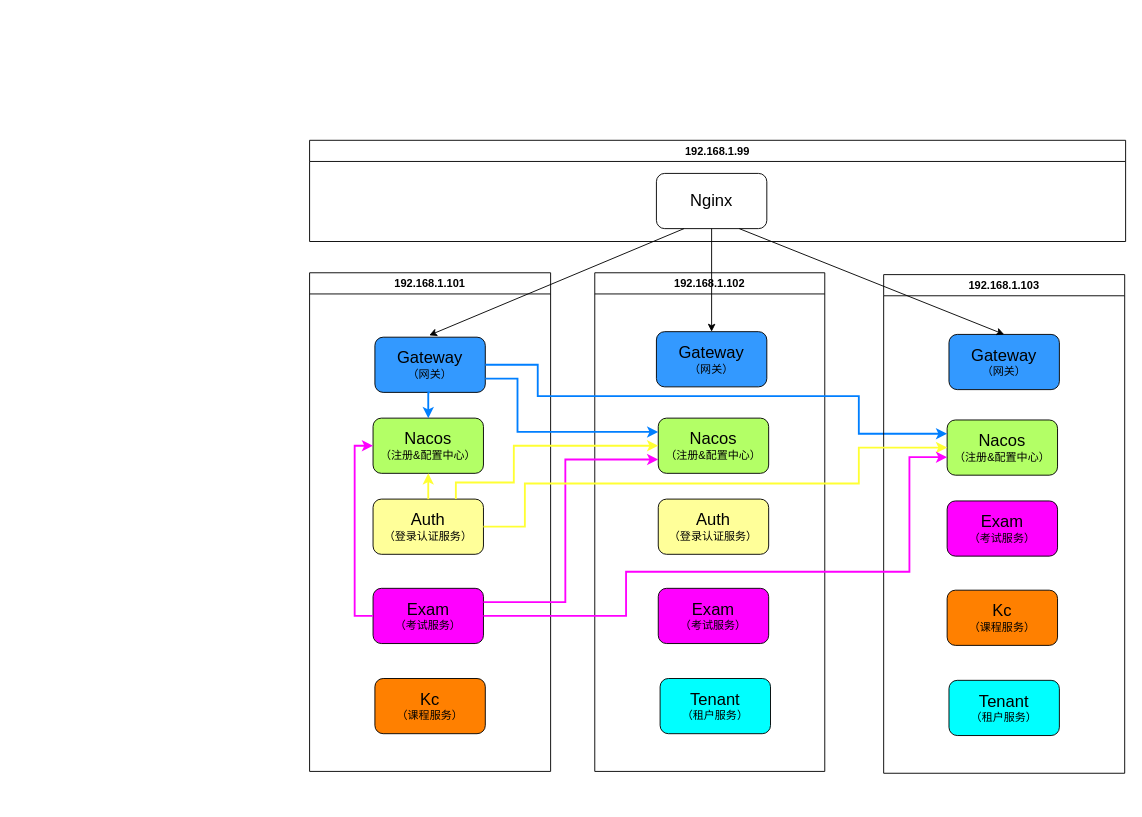
The draw.io diagram ence/spring-cloud.drawio in MuggleStar/draw_io, before the edit. Source tidied: cells renumbered, new cells numbered last; positions are measured from the earlier drawing's top-left corner, leaving out a move shared by most shapes. Both pictures are drawn from the tidied source at 92%, with x=0, y=0 at pixel (309, 140).
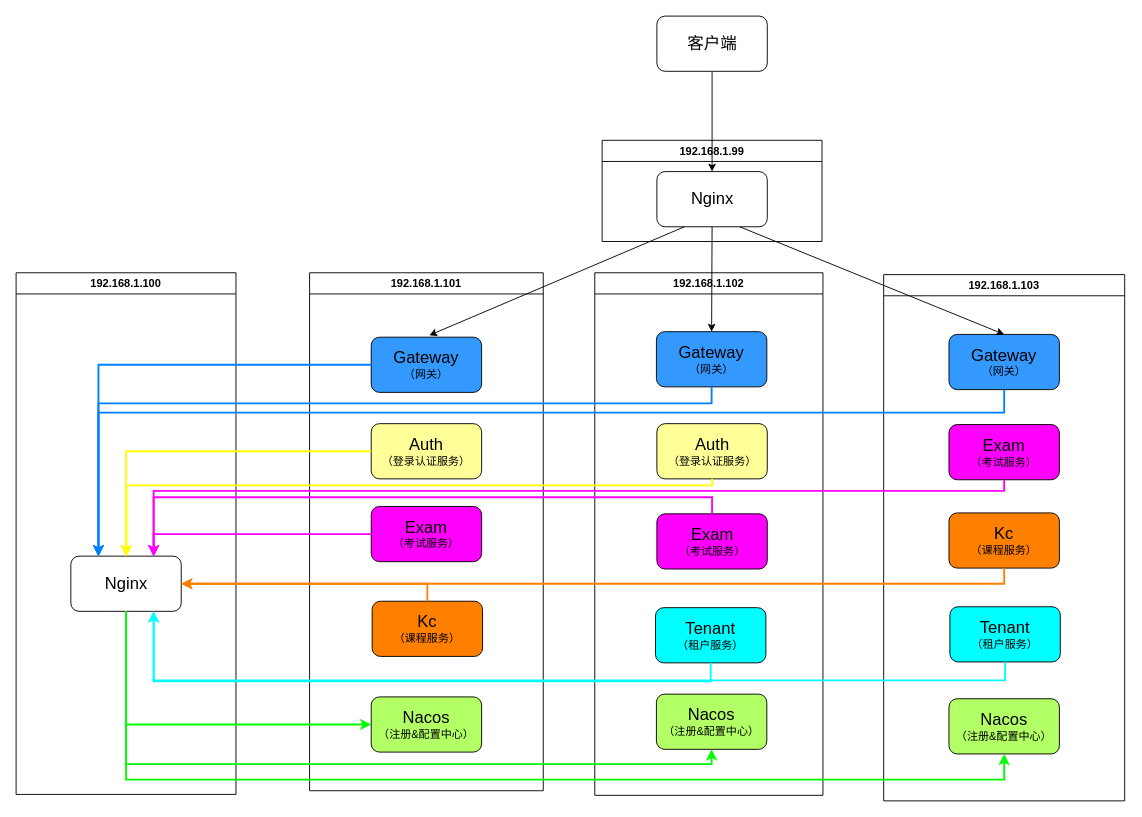
Above is the later version.

The edit, as a diff of the source:
```diff
@@
     <mxCell id="2" value="192.168.1.101" style="swimlane;whiteSpace=wrap;html=1;" parent="1" vertex="1">
-      <mxGeometry y="144" width="262" height="542" as="geometry" />
+      <mxGeometry y="144" width="254" height="563" as="geometry" />
     </mxCell>
     <mxCell id="3" value="&lt;font style=&quot;font-size: 18px;&quot;&gt;Auth&lt;/font&gt;&lt;br&gt;（登录认证服务）" style="rounded=1;whiteSpace=wrap;html=1;fillColor=#FFFF99;" parent="2" vertex="1">
-      <mxGeometry x="69" y="246" width="120" height="60" as="geometry" />
+      <mxGeometry x="67" y="164" width="120" height="60" as="geometry" />
     </mxCell>
     <mxCell id="4" value="&lt;span style=&quot;font-size: 18px;&quot;&gt;Exam&lt;/span&gt;&lt;br&gt;（考试服务）" style="rounded=1;whiteSpace=wrap;html=1;fillColor=#FF00FF;" parent="2" vertex="1">
-      <mxGeometry x="69" y="343" width="120" height="60" as="geometry" />
+      <mxGeometry x="67" y="254" width="120" height="60" as="geometry" />
     </mxCell>
-    <mxCell id="5" value="&lt;span style=&quot;font-size: 18px;&quot;&gt;Kc&lt;/span&gt;&lt;br&gt;（课程服务）" style="rounded=1;whiteSpace=wrap;html=1;fillColor=#FF8000;" parent="2" vertex="1">
-      <mxGeometry x="71" y="441" width="120" height="60" as="geometry" />
-    </mxCell>
+    <mxCell id="11" value="&lt;font style=&quot;font-size: 18px;&quot;&gt;Gateway&lt;/font&gt;&lt;br&gt;（网关）" style="rounded=1;whiteSpace=wrap;html=1;fillColor=#3399FF;" parent="2" vertex="1">
+      <mxGeometry x="67" y="70" width="120" height="60" as="geometry" />
+    </mxCell>
+    <mxCell id="12" value="&lt;font style=&quot;font-size: 18px;&quot;&gt;Nacos&lt;/font&gt;&lt;br&gt;（注册&amp;amp;配置中心）" style="rounded=1;whiteSpace=wrap;html=1;fillColor=#B3FF66;" parent="2" vertex="1">
+      <mxGeometry x="67" y="461" width="120" height="60" as="geometry" />
+    </mxCell>
     <mxCell id="6" value="192.168.1.102" style="swimlane;whiteSpace=wrap;html=1;" parent="1" vertex="1">
-      <mxGeometry x="310" y="144" width="250" height="542" as="geometry" />
+      <mxGeometry x="310" y="144" width="248" height="568" as="geometry" />
     </mxCell>
+    <mxCell id="10" value="&lt;font style=&quot;font-size: 18px;&quot;&gt;Gateway&lt;/font&gt;&lt;br&gt;（网关）" style="rounded=1;whiteSpace=wrap;html=1;fillColor=#3399FF;" parent="6" vertex="1">
+      <mxGeometry x="67" y="64" width="120" height="60" as="geometry" />
+    </mxCell>
     <mxCell id="7" value="&lt;font style=&quot;font-size: 18px;&quot;&gt;Auth&lt;/font&gt;&lt;br&gt;（登录认证服务）" style="rounded=1;whiteSpace=wrap;html=1;fillColor=#FFFF99;" parent="6" vertex="1">
-      <mxGeometry x="69" y="246" width="120" height="60" as="geometry" />
+      <mxGeometry x="67.5" y="164" width="120" height="60" as="geometry" />
     </mxCell>
     <mxCell id="8" value="&lt;span style=&quot;font-size: 18px;&quot;&gt;Exam&lt;/span&gt;&lt;br&gt;（考试服务）" style="rounded=1;whiteSpace=wrap;html=1;fillColor=#FF00FF;" parent="6" vertex="1">
-      <mxGeometry x="69" y="343" width="120" height="60" as="geometry" />
+      <mxGeometry x="67.5" y="262" width="120" height="60" as="geometry" />
     </mxCell>
+    <mxCell id="14" value="&lt;font style=&quot;font-size: 18px;&quot;&gt;Nacos&lt;/font&gt;&lt;br&gt;（注册&amp;amp;配置中心）" style="rounded=1;whiteSpace=wrap;html=1;fillColor=#B3FF66;" parent="6" vertex="1">
+      <mxGeometry x="67" y="458" width="120" height="60" as="geometry" />
+    </mxCell>
+    <mxCell id="5" value="&lt;span style=&quot;font-size: 18px;&quot;&gt;Kc&lt;/span&gt;&lt;br&gt;（课程服务）" style="rounded=1;whiteSpace=wrap;html=1;fillColor=#FF8000;" parent="6" vertex="1">
+      <mxGeometry x="-242" y="357" width="120" height="60" as="geometry" />
+    </mxCell>
     <mxCell id="9" value="&lt;span style=&quot;font-size: 18px;&quot;&gt;Tenant&lt;/span&gt;&lt;br&gt;（租户服务）" style="rounded=1;whiteSpace=wrap;html=1;fillColor=#00FFFF;" parent="6" vertex="1">
-      <mxGeometry x="71" y="441" width="120" height="60" as="geometry" />
+      <mxGeometry x="66" y="364" width="120" height="60" as="geometry" />
     </mxCell>
-    <mxCell id="10" value="&lt;font style=&quot;font-size: 18px;&quot;&gt;Gateway&lt;/font&gt;&lt;br&gt;（网关）" style="rounded=1;whiteSpace=wrap;html=1;fillColor=#3399FF;" parent="6" vertex="1">
-      <mxGeometry x="67" y="64" width="120" height="60" as="geometry" />
-    </mxCell>
-    <mxCell id="11" value="&lt;font style=&quot;font-size: 18px;&quot;&gt;Gateway&lt;/font&gt;&lt;br&gt;（网关）" style="rounded=1;whiteSpace=wrap;html=1;fillColor=#3399FF;" parent="6" vertex="1">
-      <mxGeometry x="-239" y="70" width="120" height="60" as="geometry" />
-    </mxCell>
-    <mxCell id="12" value="&lt;font style=&quot;font-size: 18px;&quot;&gt;Nacos&lt;/font&gt;&lt;br&gt;（注册&amp;amp;配置中心）" style="rounded=1;whiteSpace=wrap;html=1;fillColor=#B3FF66;" parent="6" vertex="1">
-      <mxGeometry x="-241" y="158" width="120" height="60" as="geometry" />
-    </mxCell>
-    <mxCell id="13" style="edgeStyle=orthogonalEdgeStyle;rounded=0;jettySize=auto;html=1;exitX=0.5;exitY=1;exitDx=0;exitDy=0;entryX=0.5;entryY=0;entryDx=0;entryDy=0;strokeColor=#007FFF;strokeWidth=2;" parent="6" edge="1" source="11" target="12">
-      <mxGeometry relative="1" as="geometry" />
-    </mxCell>
-    <mxCell id="14" value="&lt;font style=&quot;font-size: 18px;&quot;&gt;Nacos&lt;/font&gt;&lt;br&gt;（注册&amp;amp;配置中心）" style="rounded=1;whiteSpace=wrap;html=1;fillColor=#B3FF66;" parent="6" vertex="1">
-      <mxGeometry x="69" y="158" width="120" height="60" as="geometry" />
-    </mxCell>
-    <mxCell id="15" style="edgeStyle=orthogonalEdgeStyle;rounded=0;jettySize=auto;html=1;exitX=1;exitY=0.75;exitDx=0;exitDy=0;entryX=0;entryY=0.25;entryDx=0;entryDy=0;strokeColor=#007FFF;strokeWidth=2;" parent="6" edge="1" source="11" target="14">
-      <mxGeometry relative="1" as="geometry">
-        <Array as="points">
-          <mxPoint x="-84" y="115" />
-          <mxPoint x="-84" y="173" />
-        </Array>
-      </mxGeometry>
-    </mxCell>
+    <mxCell id="21" value="&lt;font style=&quot;font-size: 18px;&quot;&gt;Tenant&lt;/font&gt;&lt;br style=&quot;border-color: var(--border-color);&quot;&gt;（租户服务）" style="rounded=1;whiteSpace=wrap;html=1;fillColor=#00FFFF;" parent="6" vertex="1">
+      <mxGeometry x="386" y="363" width="120" height="60" as="geometry" />
+    </mxCell>
+    <mxCell id="18" value="192.168.1.103" style="swimlane;whiteSpace=wrap;html=1;" parent="1" vertex="1">
+      <mxGeometry x="624" y="146" width="262" height="572" as="geometry" />
+    </mxCell>
+    <mxCell id="22" value="&lt;font style=&quot;font-size: 18px;&quot;&gt;Gateway&lt;/font&gt;&lt;br&gt;（网关）" style="rounded=1;whiteSpace=wrap;html=1;fillColor=#3399FF;" parent="18" vertex="1">
+      <mxGeometry x="71" y="65" width="120" height="60" as="geometry" />
+    </mxCell>
-    <mxCell id="16" value="&lt;font style=&quot;font-size: 18px;&quot;&gt;Nacos&lt;/font&gt;&lt;br&gt;（注册&amp;amp;配置中心）" style="rounded=1;whiteSpace=wrap;html=1;fillColor=#B3FF66;" parent="6" vertex="1">
-      <mxGeometry x="383" y="160" width="120" height="60" as="geometry" />
+    <mxCell id="16" value="&lt;font style=&quot;font-size: 18px;&quot;&gt;Nacos&lt;/font&gt;&lt;br&gt;（注册&amp;amp;配置中心）" style="rounded=1;whiteSpace=wrap;html=1;fillColor=#B3FF66;" parent="18" vertex="1">
+      <mxGeometry x="71" y="461" width="120" height="60" as="geometry" />
     </mxCell>
-    <mxCell id="17" style="edgeStyle=orthogonalEdgeStyle;rounded=0;jettySize=auto;html=1;exitX=1;exitY=0.5;exitDx=0;exitDy=0;entryX=0;entryY=0.25;entryDx=0;entryDy=0;strokeColor=#007FFF;strokeWidth=2;" parent="6" edge="1" source="11" target="16">
-      <mxGeometry relative="1" as="geometry">
-        <Array as="points">
-          <mxPoint x="-62" y="100" />
-          <mxPoint x="-62" y="134" />
-          <mxPoint x="287" y="134" />
-          <mxPoint x="287" y="175" />
-        </Array>
-      </mxGeometry>
-    </mxCell>
-    <mxCell id="18" value="192.168.1.103" style="swimlane;whiteSpace=wrap;html=1;" parent="1" vertex="1">
-      <mxGeometry x="624" y="146" width="262" height="542" as="geometry" />
-    </mxCell>
     <mxCell id="19" value="&lt;font style=&quot;font-size: 18px;&quot;&gt;Exam&lt;/font&gt;&lt;br style=&quot;border-color: var(--border-color);&quot;&gt;（考试服务）" style="rounded=1;whiteSpace=wrap;html=1;fillColor=#FF00FF;" parent="18" vertex="1">
-      <mxGeometry x="69" y="246" width="120" height="60" as="geometry" />
+      <mxGeometry x="71" y="163" width="120" height="60" as="geometry" />
     </mxCell>
     <mxCell id="20" value="&lt;span style=&quot;font-size: 18px;&quot;&gt;Kc&lt;/span&gt;&lt;br&gt;（课程服务）" style="rounded=1;whiteSpace=wrap;html=1;fillColor=#FF8000;" parent="18" vertex="1">
-      <mxGeometry x="69" y="343" width="120" height="60" as="geometry" />
+      <mxGeometry x="71" y="259" width="120" height="60" as="geometry" />
     </mxCell>
-    <mxCell id="21" value="&lt;font style=&quot;font-size: 18px;&quot;&gt;Tenant&lt;/font&gt;&lt;br style=&quot;border-color: var(--border-color);&quot;&gt;（租户服务）" style="rounded=1;whiteSpace=wrap;html=1;fillColor=#00FFFF;" parent="18" vertex="1">
-      <mxGeometry x="71" y="441" width="120" height="60" as="geometry" />
-    </mxCell>
-    <mxCell id="22" value="&lt;font style=&quot;font-size: 18px;&quot;&gt;Gateway&lt;/font&gt;&lt;br&gt;（网关）" style="rounded=1;whiteSpace=wrap;html=1;fillColor=#3399FF;" parent="18" vertex="1">
-      <mxGeometry x="71" y="65" width="120" height="60" as="geometry" />
-    </mxCell>
-    <mxCell id="23" style="edgeStyle=orthogonalEdgeStyle;rounded=0;jettySize=auto;html=1;exitX=0.75;exitY=0;exitDx=0;exitDy=0;entryX=0;entryY=0.5;entryDx=0;entryDy=0;strokeColor=#FFFF33;strokeWidth=2;" parent="1" edge="1" source="3" target="14">
-      <mxGeometry relative="1" as="geometry">
-        <Array as="points">
-          <mxPoint x="159" y="372" />
-          <mxPoint x="222" y="372" />
-          <mxPoint x="222" y="332" />
-        </Array>
-      </mxGeometry>
-    </mxCell>
-    <mxCell id="24" style="edgeStyle=orthogonalEdgeStyle;rounded=0;jettySize=auto;html=1;exitX=1;exitY=0.25;exitDx=0;exitDy=0;entryX=0;entryY=0.75;entryDx=0;entryDy=0;strokeWidth=2;strokeColor=#FF00FF;" parent="1" edge="1" source="4" target="14">
-      <mxGeometry relative="1" as="geometry">
-        <Array as="points">
-          <mxPoint x="278" y="502" />
-          <mxPoint x="278" y="347" />
-        </Array>
-      </mxGeometry>
-    </mxCell>
-    <mxCell id="25" style="edgeStyle=orthogonalEdgeStyle;rounded=0;jettySize=auto;html=1;exitX=0;exitY=0.5;exitDx=0;exitDy=0;entryX=0;entryY=0.5;entryDx=0;entryDy=0;strokeWidth=2;strokeColor=#FF00FF;" parent="1" edge="1" source="4" target="12">
-      <mxGeometry relative="1" as="geometry" />
-    </mxCell>
-    <mxCell id="26" style="edgeStyle=orthogonalEdgeStyle;rounded=0;jettySize=auto;html=1;exitX=1;exitY=0.5;exitDx=0;exitDy=0;entryX=0;entryY=0.5;entryDx=0;entryDy=0;strokeColor=#FFFF33;strokeWidth=2;" parent="1" edge="1" source="3" target="16">
-      <mxGeometry relative="1" as="geometry">
-        <Array as="points">
-          <mxPoint x="234" y="420" />
-          <mxPoint x="234" y="373" />
-          <mxPoint x="597" y="373" />
-          <mxPoint x="597" y="334" />
-        </Array>
-      </mxGeometry>
-    </mxCell>
-    <mxCell id="27" style="edgeStyle=orthogonalEdgeStyle;rounded=0;jettySize=auto;html=1;exitX=0.5;exitY=0;exitDx=0;exitDy=0;entryX=0.5;entryY=1;entryDx=0;entryDy=0;strokeColor=#FFFF33;strokeWidth=2;" parent="1" edge="1" source="3" target="12">
-      <mxGeometry relative="1" as="geometry" />
-    </mxCell>
-    <mxCell id="28" style="edgeStyle=orthogonalEdgeStyle;rounded=0;jettySize=auto;html=1;exitX=1;exitY=0.5;exitDx=0;exitDy=0;entryX=0;entryY=0.674;entryDx=0;entryDy=0;entryPerimeter=0;strokeWidth=2;strokeColor=#FF00FF;" parent="1" edge="1" source="4" target="16">
-      <mxGeometry relative="1" as="geometry">
-        <Array as="points">
-          <mxPoint x="344" y="517" />
-          <mxPoint x="344" y="469" />
-          <mxPoint x="652" y="469" />
-          <mxPoint x="652" y="344" />
-        </Array>
-      </mxGeometry>
-    </mxCell>
     <mxCell id="29" value="192.168.1.99" style="swimlane;whiteSpace=wrap;html=1;" parent="1" vertex="1">
-      <mxGeometry width="887" height="110" as="geometry" />
+      <mxGeometry x="318" width="239" height="110" as="geometry" />
     </mxCell>
     <mxCell id="30" value="&lt;font style=&quot;font-size: 18px;&quot;&gt;Nginx&lt;/font&gt;" style="rounded=1;whiteSpace=wrap;html=1;fillColor=#FFFFFF;" parent="29" vertex="1">
-      <mxGeometry x="377" y="36" width="120" height="60" as="geometry" />
+      <mxGeometry x="59.5" y="34" width="120" height="60" as="geometry" />
     </mxCell>
@@
+    <mxCell id="34" style="edgeStyle=orthogonalEdgeStyle;rounded=0;jettySize=auto;html=1;exitX=0.5;exitY=1;exitDx=0;exitDy=0;" parent="1" edge="1" source="35" target="30">
+      <mxGeometry relative="1" as="geometry" />
+    </mxCell>
+    <mxCell id="35" value="&lt;span style=&quot;font-size: 18px;&quot;&gt;客户端&lt;br&gt;&lt;/span&gt;" style="rounded=1;whiteSpace=wrap;html=1;fillColor=#FFFFFF;" parent="1" vertex="1">
+      <mxGeometry x="377.5" y="-135" width="120" height="60" as="geometry" />
+    </mxCell>
+    <mxCell id="36" value="192.168.1.100" style="swimlane;whiteSpace=wrap;html=1;" parent="1" vertex="1">
+      <mxGeometry x="-319" y="144" width="239" height="567" as="geometry" />
+    </mxCell>
+    <mxCell id="37" value="&lt;font style=&quot;font-size: 18px;&quot;&gt;Nginx&lt;/font&gt;" style="rounded=1;whiteSpace=wrap;html=1;fillColor=#FFFFFF;" parent="36" vertex="1">
+      <mxGeometry x="59.5" y="308" width="120" height="60" as="geometry" />
+    </mxCell>
+    <mxCell id="38" style="edgeStyle=orthogonalEdgeStyle;rounded=0;jettySize=auto;html=1;exitX=0;exitY=0.5;exitDx=0;exitDy=0;entryX=0.25;entryY=0;entryDx=0;entryDy=0;strokeWidth=2;strokeColor=#007FFF;" parent="1" edge="1" source="11" target="37">
+      <mxGeometry relative="1" as="geometry" />
+    </mxCell>
+    <mxCell id="39" style="edgeStyle=orthogonalEdgeStyle;rounded=0;jettySize=auto;html=1;exitX=0.5;exitY=1;exitDx=0;exitDy=0;entryX=0.25;entryY=0;entryDx=0;entryDy=0;strokeWidth=2;strokeColor=#007FFF;" parent="1" edge="1" source="10" target="37">
+      <mxGeometry relative="1" as="geometry">
+        <Array as="points">
+          <mxPoint x="437" y="286" />
+          <mxPoint x="-229" y="286" />
+        </Array>
+      </mxGeometry>
+    </mxCell>
+    <mxCell id="40" style="edgeStyle=orthogonalEdgeStyle;rounded=0;jettySize=auto;html=1;exitX=0.5;exitY=1;exitDx=0;exitDy=0;entryX=0.25;entryY=0;entryDx=0;entryDy=0;strokeWidth=2;strokeColor=#007FFF;" parent="1" edge="1" source="22" target="37">
+      <mxGeometry relative="1" as="geometry">
+        <Array as="points">
+          <mxPoint x="755" y="296" />
+          <mxPoint x="-229" y="296" />
+        </Array>
+      </mxGeometry>
+    </mxCell>
+    <mxCell id="41" style="edgeStyle=orthogonalEdgeStyle;rounded=0;jettySize=auto;html=1;exitX=0;exitY=0.5;exitDx=0;exitDy=0;strokeWidth=2;strokeColor=#FFFF00;" parent="1" edge="1" source="3" target="37">
+      <mxGeometry relative="1" as="geometry" />
+    </mxCell>
+    <mxCell id="42" style="edgeStyle=orthogonalEdgeStyle;rounded=0;jettySize=auto;html=1;exitX=0.5;exitY=1;exitDx=0;exitDy=0;strokeWidth=2;strokeColor=#FFFF00;" parent="1" edge="1" source="7" target="37">
+      <mxGeometry relative="1" as="geometry">
+        <Array as="points">
+          <mxPoint x="437" y="375" />
+          <mxPoint x="-199" y="375" />
+        </Array>
+      </mxGeometry>
+    </mxCell>
+    <mxCell id="43" style="edgeStyle=orthogonalEdgeStyle;rounded=0;jettySize=auto;html=1;entryX=0.75;entryY=0;entryDx=0;entryDy=0;strokeWidth=2;strokeColor=#FF00FF;" parent="1" edge="1" source="4" target="37">
+      <mxGeometry relative="1" as="geometry" />
+    </mxCell>
+    <mxCell id="44" style="edgeStyle=orthogonalEdgeStyle;rounded=0;jettySize=auto;html=1;exitX=0.5;exitY=0;exitDx=0;exitDy=0;entryX=0.75;entryY=0;entryDx=0;entryDy=0;strokeWidth=2;strokeColor=#FF00FF;" parent="1" edge="1" source="8" target="37">
+      <mxGeometry relative="1" as="geometry">
+        <Array as="points">
+          <mxPoint x="437" y="388" />
+          <mxPoint x="-169" y="388" />
+        </Array>
+      </mxGeometry>
+    </mxCell>
+    <mxCell id="45" style="edgeStyle=orthogonalEdgeStyle;rounded=0;jettySize=auto;html=1;exitX=0.5;exitY=1;exitDx=0;exitDy=0;entryX=0.75;entryY=0;entryDx=0;entryDy=0;strokeWidth=2;strokeColor=#FF00FF;" parent="1" edge="1" source="19" target="37">
+      <mxGeometry relative="1" as="geometry">
+        <Array as="points">
+          <mxPoint x="755" y="381" />
+          <mxPoint x="-169" y="381" />
+        </Array>
+      </mxGeometry>
+    </mxCell>
+    <mxCell id="46" style="edgeStyle=orthogonalEdgeStyle;rounded=0;jettySize=auto;html=1;exitX=0.5;exitY=1;exitDx=0;exitDy=0;entryX=1;entryY=0.5;entryDx=0;entryDy=0;strokeWidth=2;strokeColor=#FF8000;" parent="1" edge="1" source="20" target="37">
+      <mxGeometry relative="1" as="geometry">
+        <Array as="points">
+          <mxPoint x="755" y="482" />
+        </Array>
+      </mxGeometry>
+    </mxCell>
+    <mxCell id="47" style="edgeStyle=orthogonalEdgeStyle;rounded=0;jettySize=auto;html=1;exitX=0.5;exitY=0;exitDx=0;exitDy=0;entryX=1;entryY=0.5;entryDx=0;entryDy=0;strokeWidth=2;strokeColor=#FF8000;" parent="1" edge="1" source="5" target="37">
+      <mxGeometry relative="1" as="geometry">
+        <Array as="points">
+          <mxPoint x="128" y="482" />
+        </Array>
+      </mxGeometry>
+    </mxCell>
+    <mxCell id="48" style="edgeStyle=orthogonalEdgeStyle;rounded=0;jettySize=auto;html=1;exitX=0.5;exitY=1;exitDx=0;exitDy=0;entryX=0;entryY=0.5;entryDx=0;entryDy=0;strokeWidth=2;strokeColor=#00FF00;" parent="1" edge="1" source="37" target="12">
+      <mxGeometry relative="1" as="geometry" />
+    </mxCell>
+    <mxCell id="49" style="edgeStyle=orthogonalEdgeStyle;rounded=0;jettySize=auto;html=1;exitX=0.5;exitY=1;exitDx=0;exitDy=0;entryX=0.5;entryY=1;entryDx=0;entryDy=0;strokeWidth=2;strokeColor=#00FF00;" parent="1" edge="1" source="37" target="14">
+      <mxGeometry relative="1" as="geometry">
+        <Array as="points">
+          <mxPoint x="-199" y="678" />
+          <mxPoint x="437" y="678" />
+        </Array>
+      </mxGeometry>
+    </mxCell>
+    <mxCell id="50" style="edgeStyle=orthogonalEdgeStyle;rounded=0;jettySize=auto;html=1;exitX=0.5;exitY=1;exitDx=0;exitDy=0;entryX=0.5;entryY=1;entryDx=0;entryDy=0;strokeWidth=2;strokeColor=#00FF00;" parent="1" edge="1" source="37" target="16">
+      <mxGeometry relative="1" as="geometry">
+        <Array as="points">
+          <mxPoint x="-199" y="695" />
+          <mxPoint x="755" y="695" />
+        </Array>
+      </mxGeometry>
+    </mxCell>
+    <mxCell id="51" style="edgeStyle=orthogonalEdgeStyle;rounded=0;jettySize=auto;html=1;exitX=0.5;exitY=1;exitDx=0;exitDy=0;entryX=0.75;entryY=1;entryDx=0;entryDy=0;strokeWidth=2;strokeColor=#00FFFF;" parent="1" edge="1" source="9" target="37">
+      <mxGeometry relative="1" as="geometry" />
+    </mxCell>
+    <mxCell id="52" style="edgeStyle=orthogonalEdgeStyle;rounded=0;jettySize=auto;html=1;exitX=0.5;exitY=1;exitDx=0;exitDy=0;entryX=0.75;entryY=1;entryDx=0;entryDy=0;strokeWidth=2;strokeColor=#00FFFF;" parent="1" edge="1" source="21" target="37">
+      <mxGeometry relative="1" as="geometry" />
+    </mxCell>
```
